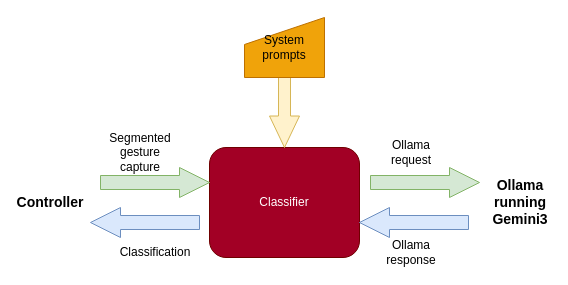
Earlier version of the draw.io diagram classifier.drawio (GreatSharky/CoHSCI). Source tidied: cells renumbered, new cells numbered last; positions are measured from the earlier drawing's top-left corner, leaving out a move shared by most shapes. Both pictures are drawn from the tidied source at 100%, with x=0, y=0 at pixel (20, 17).
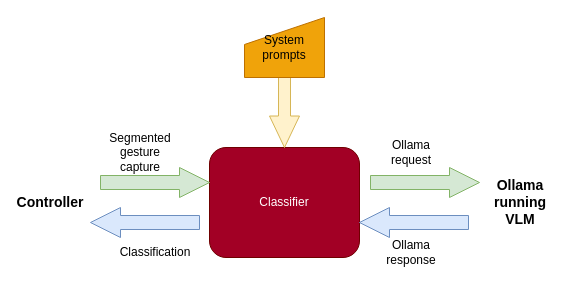
The same diagram, later.

The edit, as a diff of the source:
```diff
@@
 <mxGraphModel>
   <root>
     <mxCell id="0" />
     <mxCell id="1" parent="0" />
     <mxCell id="2" value="Classifier" style="rounded=1;whiteSpace=wrap;html=1;fillColor=#a20025;fontColor=#ffffff;strokeColor=#6F0000;" parent="1" vertex="1">
       <mxGeometry x="189" y="130" width="150" height="110" as="geometry" />
     </mxCell>
     <mxCell id="3" value="Controller" style="text;html=1;whiteSpace=wrap;strokeColor=none;fillColor=none;align=center;verticalAlign=middle;rounded=0;fontSize=14;fontStyle=1;" parent="1" vertex="1">
       <mxGeometry y="170" width="60" height="30" as="geometry" />
     </mxCell>
     <mxCell id="4" value="Segmented gesture&lt;div&gt;capture&lt;/div&gt;" style="text;html=1;whiteSpace=wrap;strokeColor=none;fillColor=none;align=center;verticalAlign=middle;rounded=0;" parent="1" vertex="1">
       <mxGeometry x="90" y="120" width="60" height="30" as="geometry" />
     </mxCell>
     <mxCell id="5" style="shape=singleArrow;whiteSpace=wrap;html=1;arrowWidth=0.4;arrowSize=0.35;rotation=90;fillColor=#fff2cc;strokeColor=#d6b656;" parent="1" vertex="1">
       <mxGeometry x="219" y="70" width="90" height="30" as="geometry" />
     </mxCell>
     <mxCell id="6" value="Ollama request" style="text;html=1;whiteSpace=wrap;strokeColor=none;fillColor=none;align=center;verticalAlign=middle;rounded=0;" parent="1" vertex="1">
       <mxGeometry x="361" y="120" width="60" height="30" as="geometry" />
     </mxCell>
     <mxCell id="7" value="System prompts" style="shape=manualInput;whiteSpace=wrap;html=1;size=27;fillColor=#f0a30a;fontColor=#000000;strokeColor=#BD7000;" parent="1" vertex="1">
       <mxGeometry x="224" width="80" height="60" as="geometry" />
     </mxCell>
     <mxCell id="8" style="shape=singleArrow;whiteSpace=wrap;html=1;arrowWidth=0.4666666666666667;arrowSize=0.27522935779816515;fillColor=#d5e8d4;strokeColor=#82b366;" parent="1" vertex="1">
       <mxGeometry x="80" y="150" width="109" height="30" as="geometry" />
     </mxCell>
     <mxCell id="9" style="shape=singleArrow;whiteSpace=wrap;html=1;arrowWidth=0.4666666666666667;arrowSize=0.27522935779816515;fillColor=#d5e8d4;strokeColor=#82b366;" parent="1" vertex="1">
       <mxGeometry x="350" y="150" width="109" height="30" as="geometry" />
     </mxCell>
     <mxCell id="10" style="shape=singleArrow;whiteSpace=wrap;html=1;arrowWidth=0.4666666666666667;arrowSize=0.27522935779816515;fillColor=#dae8fc;strokeColor=#6c8ebf;rotation=-180;" parent="1" vertex="1">
       <mxGeometry x="339" y="190" width="109" height="30" as="geometry" />
     </mxCell>
     <mxCell id="11" value="Classification" style="text;html=1;whiteSpace=wrap;strokeColor=none;fillColor=none;align=center;verticalAlign=middle;rounded=0;" parent="1" vertex="1">
       <mxGeometry x="104.5" y="220" width="60" height="30" as="geometry" />
     </mxCell>
-    <mxCell id="12" value="Ollama running Gemini3" style="text;html=1;whiteSpace=wrap;strokeColor=none;fillColor=none;align=center;verticalAlign=middle;rounded=0;fontSize=14;fontStyle=1;" parent="1" vertex="1">
+    <mxCell id="12" value="Ollama running VLM" style="text;html=1;whiteSpace=wrap;strokeColor=none;fillColor=none;align=center;verticalAlign=middle;rounded=0;fontSize=14;fontStyle=1;" parent="1" vertex="1">
       <mxGeometry x="470" y="170" width="60" height="30" as="geometry" />
     </mxCell>
     <mxCell id="13" value="Ollama response" style="text;html=1;whiteSpace=wrap;strokeColor=none;fillColor=none;align=center;verticalAlign=middle;rounded=0;" parent="1" vertex="1">
       <mxGeometry x="361" y="220" width="60" height="30" as="geometry" />
     </mxCell>
     <mxCell id="14" style="shape=singleArrow;whiteSpace=wrap;html=1;arrowWidth=0.4666666666666667;arrowSize=0.27522935779816515;fillColor=#dae8fc;strokeColor=#6c8ebf;rotation=-180;" parent="1" vertex="1">
       <mxGeometry x="70" y="190" width="109" height="30" as="geometry" />
     </mxCell>
   </root>
 </mxGraphModel>
```
